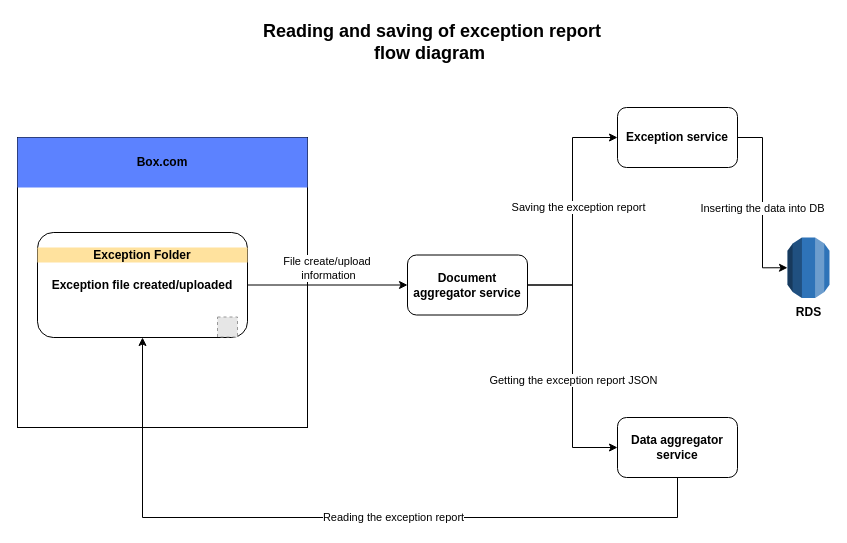
The draw.io diagram Untitled Diagram.drawio in MohammedFazuluddin/test, before the edit. Source tidied: cells renumbered, new cells numbered last; positions are measured from the earlier drawing's top-left corner, leaving out a move shared by most shapes. Both pictures are drawn from the tidied source at 100%, with x=0, y=0 at pixel (17, 17). Pictures stored in the file or linked from it are replaced by grey dashed boxes.
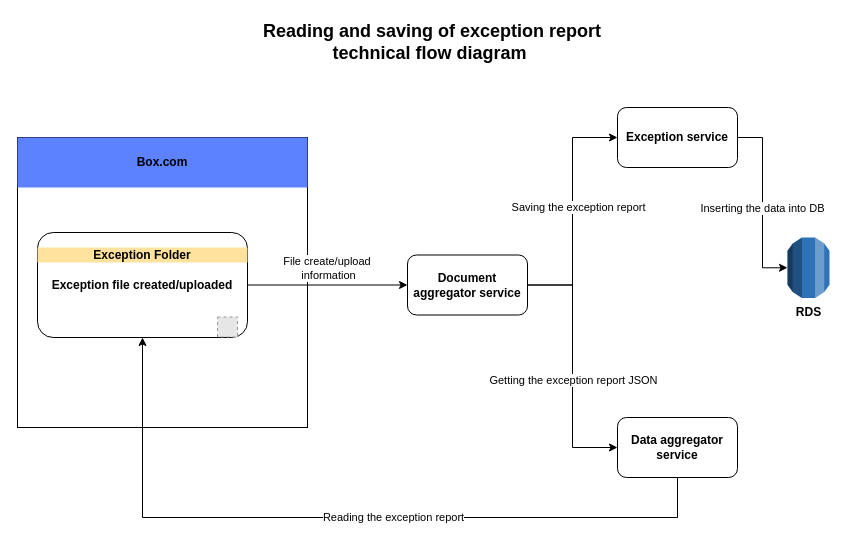
After the change.

What changed in the source:
```diff
@@
-    <mxCell id="21" value="&lt;font style=&quot;font-size: 18px&quot;&gt;Reading and saving of exception report flow diagram&amp;nbsp;&lt;/font&gt;" style="text;html=1;strokeColor=none;fillColor=none;align=center;verticalAlign=middle;whiteSpace=wrap;rounded=0;fontStyle=1;" parent="1" vertex="1">
+    <mxCell id="21" value="&lt;font style=&quot;font-size: 18px&quot;&gt;Reading and saving of exception report technical flow diagram&amp;nbsp;&lt;/font&gt;" style="text;html=1;strokeColor=none;fillColor=none;align=center;verticalAlign=middle;whiteSpace=wrap;rounded=0;fontStyle=1;" parent="1" vertex="1">
       <mxGeometry x="230" width="370" height="50" as="geometry" />
     </mxCell>
```
